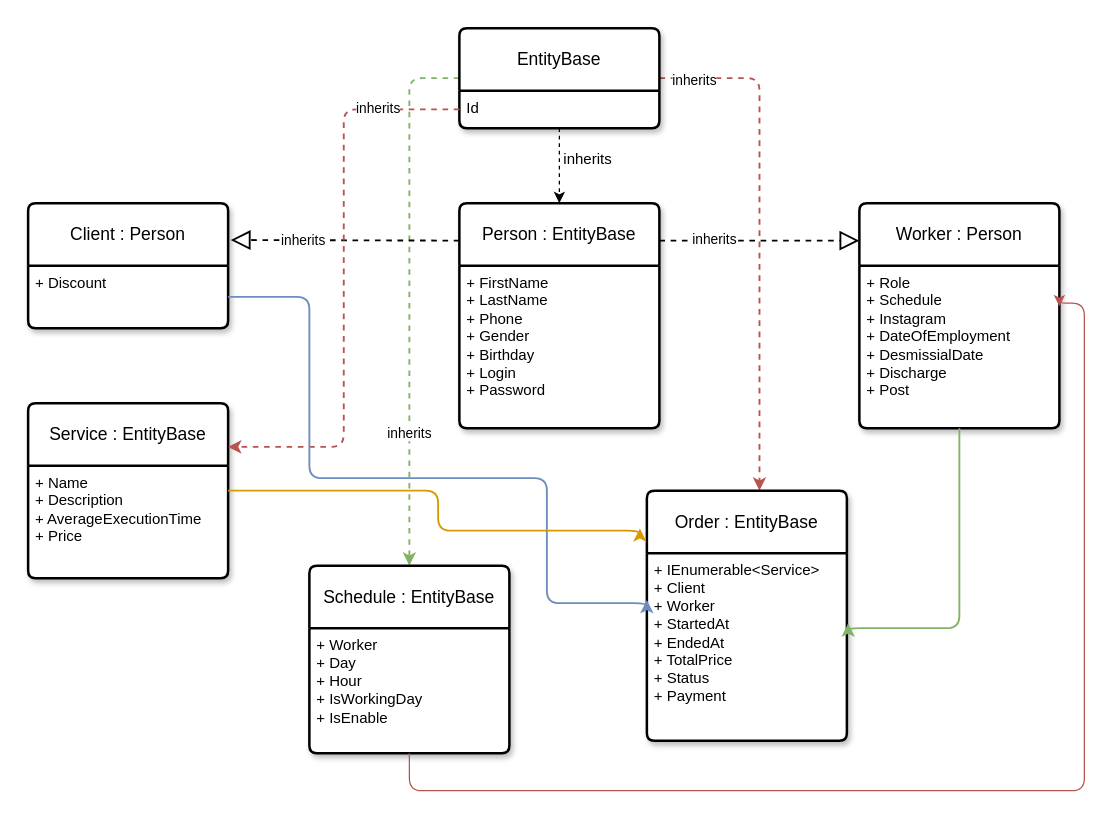
This is Queue.Barbershop.ClassDiagram.drawio from azamatmavlonov/Queue, a draw.io file, before an edit. Source tidied: cells renumbered, new cells numbered last; positions are measured from the earlier drawing's top-left corner, leaving out a move shared by most shapes. Both pictures are drawn from the tidied source at 125%, with x=0, y=0 at pixel (28, 28).
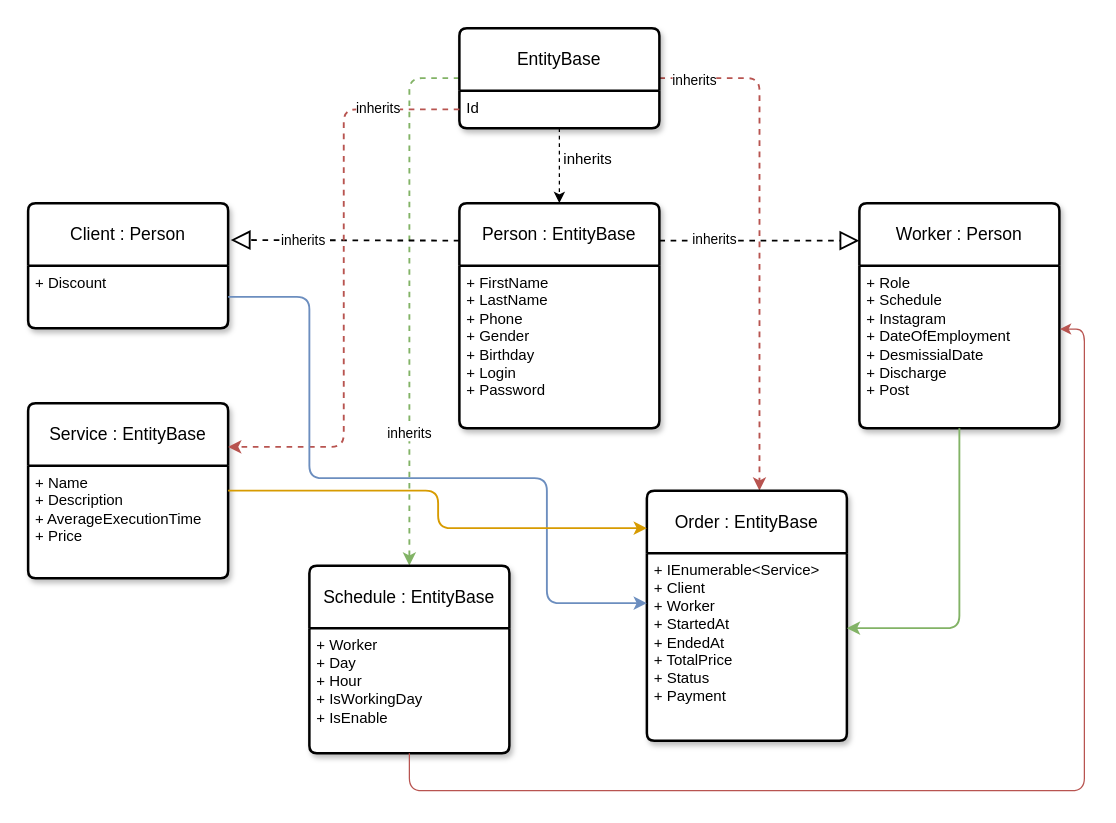
The same diagram, later.

Unchanged cells that the change refers to:
```xml
<mxCell id="12" value="+ Discount" style="align=left;strokeColor=none;fillColor=none;spacingLeft=4;fontSize=12;verticalAlign=top;html=1;" parent="11" vertex="1">
  <mxGeometry y="50" width="160" height="50" as="geometry" />
</mxCell>
<mxCell id="14" value="+ Role&lt;br&gt;+ Schedule&lt;br&gt;+ Instagram&lt;br&gt;+ DateOfEmployment&lt;br&gt;+ DesmissialDate&lt;br&gt;+ Discharge&lt;br&gt;+ Post" style="align=left;strokeColor=none;fillColor=none;spacingLeft=4;fontSize=12;verticalAlign=top;html=1;" parent="13" vertex="1">
  <mxGeometry y="50" width="160" height="130" as="geometry" />
</mxCell>
<mxCell id="16" value="+ Name&lt;br&gt;+ Description&lt;br&gt;+ AverageExecutionTime&lt;br&gt;+ Price" style="align=left;strokeColor=none;fillColor=none;spacingLeft=4;fontSize=12;verticalAlign=top;html=1;" parent="15" vertex="1">
  <mxGeometry y="50" width="160" height="90" as="geometry" />
</mxCell>
<mxCell id="24" value="+ Worker&lt;br&gt;+ Day&lt;br&gt;+ Hour&lt;br&gt;+ IsWorkingDay&lt;br&gt;+ IsEnable" style="align=left;strokeColor=none;fillColor=none;spacingLeft=4;fontSize=12;verticalAlign=top;html=1;" parent="23" vertex="1">
  <mxGeometry y="50" width="160" height="100" as="geometry" />
</mxCell>
<mxCell id="25" value="Order : EntityBase" style="swimlane;horizontal=1;startSize=50;rounded=1;fontSize=14;fontStyle=0;strokeWidth=2;shadow=1;dashed=0;align=center;arcSize=4;whiteSpace=wrap;html=1;swimlaneFillColor=default;" parent="1" vertex="1">
  <mxGeometry x="495" y="370" width="160" height="200" as="geometry" />
</mxCell>
<mxCell id="26" value="+ IEnumerable&amp;lt;Service&amp;gt;&lt;br&gt;+ Client&lt;br&gt;+ Worker&lt;br&gt;+ StartedAt&lt;br&gt;+ EndedAt&lt;br&gt;+ TotalPrice&lt;br&gt;+ Status&lt;br&gt;+ Payment" style="align=left;strokeColor=none;fillColor=none;spacingLeft=4;fontSize=12;verticalAlign=top;html=1;" parent="25" vertex="1">
  <mxGeometry y="50" width="160" height="150" as="geometry" />
</mxCell>
```

The edit, as a diff of the source:
```diff
@@
-    <mxCell id="27" style="edgeStyle=orthogonalEdgeStyle;rounded=1;jettySize=auto;html=1;entryX=1.006;entryY=0.375;entryDx=0;entryDy=0;entryPerimeter=0;fillColor=#d5e8d4;strokeColor=#82b366;strokeWidth=1.5;" parent="1" edge="1" source="14" target="26">
+    <mxCell id="27" style="edgeStyle=orthogonalEdgeStyle;rounded=1;jettySize=auto;html=1;fillColor=#d5e8d4;strokeColor=#82b366;strokeWidth=1.5;" parent="1" edge="1" source="14">
       <mxGeometry relative="1" as="geometry">
+        <mxPoint x="655" y="480" as="targetPoint" />
         <Array as="points">
           <mxPoint x="745" y="480" />
+          <mxPoint x="655" y="480" />
         </Array>
       </mxGeometry>
     </mxCell>
-    <mxCell id="28" style="edgeStyle=orthogonalEdgeStyle;rounded=1;jettySize=auto;html=1;entryX=0;entryY=0.25;entryDx=0;entryDy=0;fillColor=#dae8fc;strokeColor=#6c8ebf;strokeWidth=1.5;" parent="1" edge="1" source="12" target="26">
+    <mxCell id="28" style="edgeStyle=orthogonalEdgeStyle;rounded=1;jettySize=auto;html=1;fillColor=#dae8fc;strokeColor=#6c8ebf;strokeWidth=1.5;" parent="1" edge="1" source="12">
       <mxGeometry relative="1" as="geometry">
+        <mxPoint x="495" y="460" as="targetPoint" />
         <Array as="points">
           <mxPoint x="225" y="215" />
           <mxPoint x="225" y="360" />
           <mxPoint x="415" y="360" />
           <mxPoint x="415" y="460" />
+          <mxPoint x="495" y="460" />
         </Array>
       </mxGeometry>
     </mxCell>
-    <mxCell id="29" style="edgeStyle=orthogonalEdgeStyle;rounded=1;jettySize=auto;html=1;entryX=-0.035;entryY=0.151;entryDx=0;entryDy=0;entryPerimeter=0;fillColor=#ffe6cc;strokeColor=#d79b00;strokeWidth=1.5;" parent="1" edge="1" source="16" target="25">
+    <mxCell id="29" style="edgeStyle=orthogonalEdgeStyle;rounded=1;jettySize=auto;html=1;fillColor=#ffe6cc;strokeColor=#d79b00;strokeWidth=1.5;" parent="1" edge="1" source="16">
       <mxGeometry relative="1" as="geometry">
+        <mxPoint x="495" y="400" as="targetPoint" />
         <Array as="points">
           <mxPoint x="328" y="370" />
-          <mxPoint x="328" y="402" />
+          <mxPoint x="328" y="400" />
+          <mxPoint x="495" y="400" />
         </Array>
       </mxGeometry>
     </mxCell>
@@
-    <mxCell id="31" style="edgeStyle=orthogonalEdgeStyle;rounded=1;jettySize=auto;html=1;entryX=1;entryY=0.25;entryDx=0;entryDy=0;fillColor=#f8cecc;strokeColor=#b85450;" parent="1" edge="1" source="24" target="14">
+    <mxCell id="31" style="edgeStyle=orthogonalEdgeStyle;rounded=1;jettySize=auto;html=1;entryX=1.003;entryY=0.39;entryDx=0;entryDy=0;fillColor=#f8cecc;strokeColor=#b85450;entryPerimeter=0;" parent="1" edge="1" source="24" target="14">
       <mxGeometry relative="1" as="geometry">
         <Array as="points">
           <mxPoint x="305" y="610" />
           <mxPoint x="845" y="610" />
-          <mxPoint x="845" y="220" />
+          <mxPoint x="845" y="240" />
+          <mxPoint x="826" y="240" />
         </Array>
       </mxGeometry>
     </mxCell>
```
